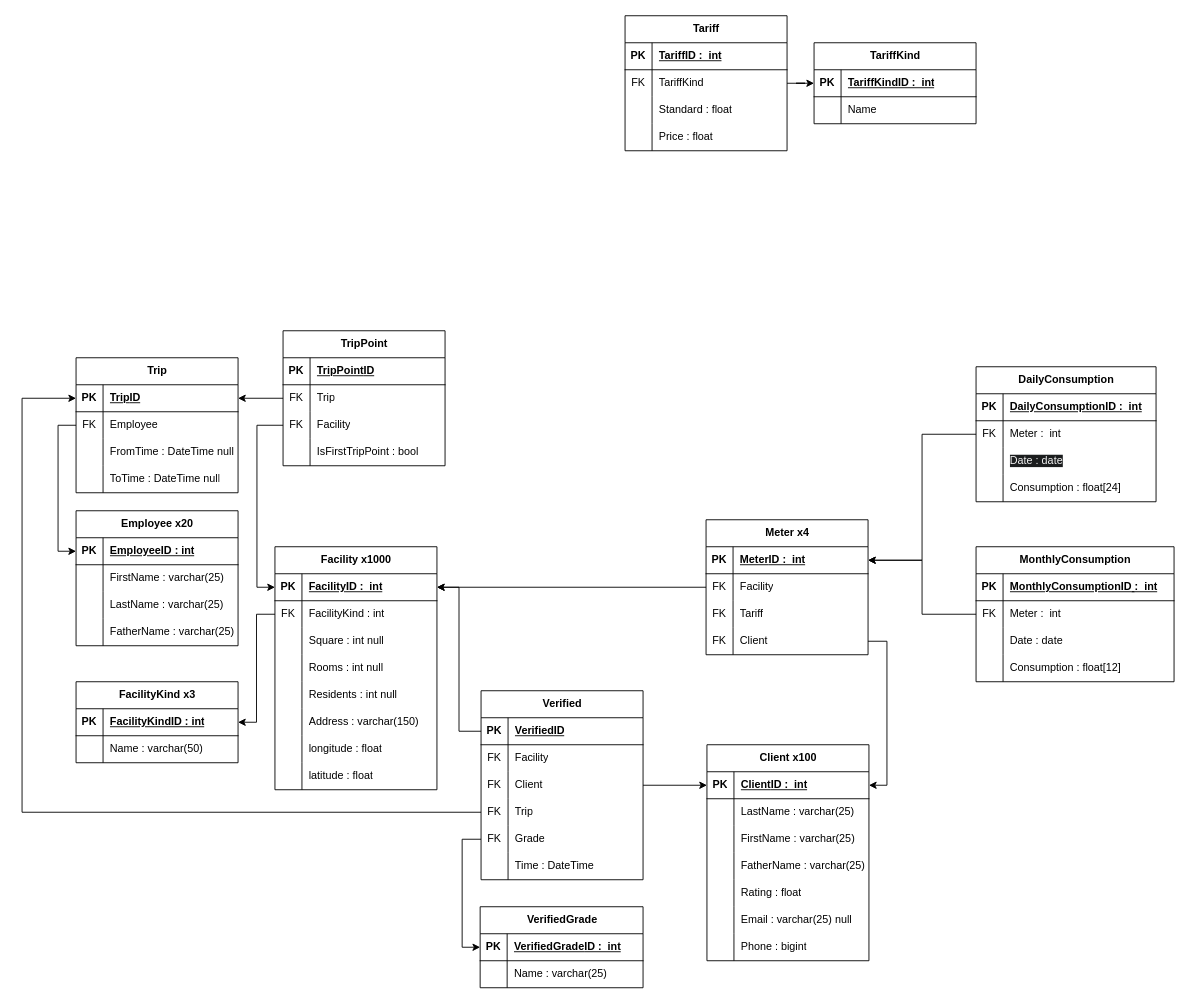
Earlier version of the draw.io diagram src/db/diagrams/FairWatt.drawio (DrSa1fer/FairWatt). Source tidied: cells renumbered, new cells numbered last; positions are measured from the earlier drawing's top-left corner, leaving out a move shared by most shapes. Both pictures are drawn from the tidied source at 90%, with x=0, y=0 at pixel (22, 15).
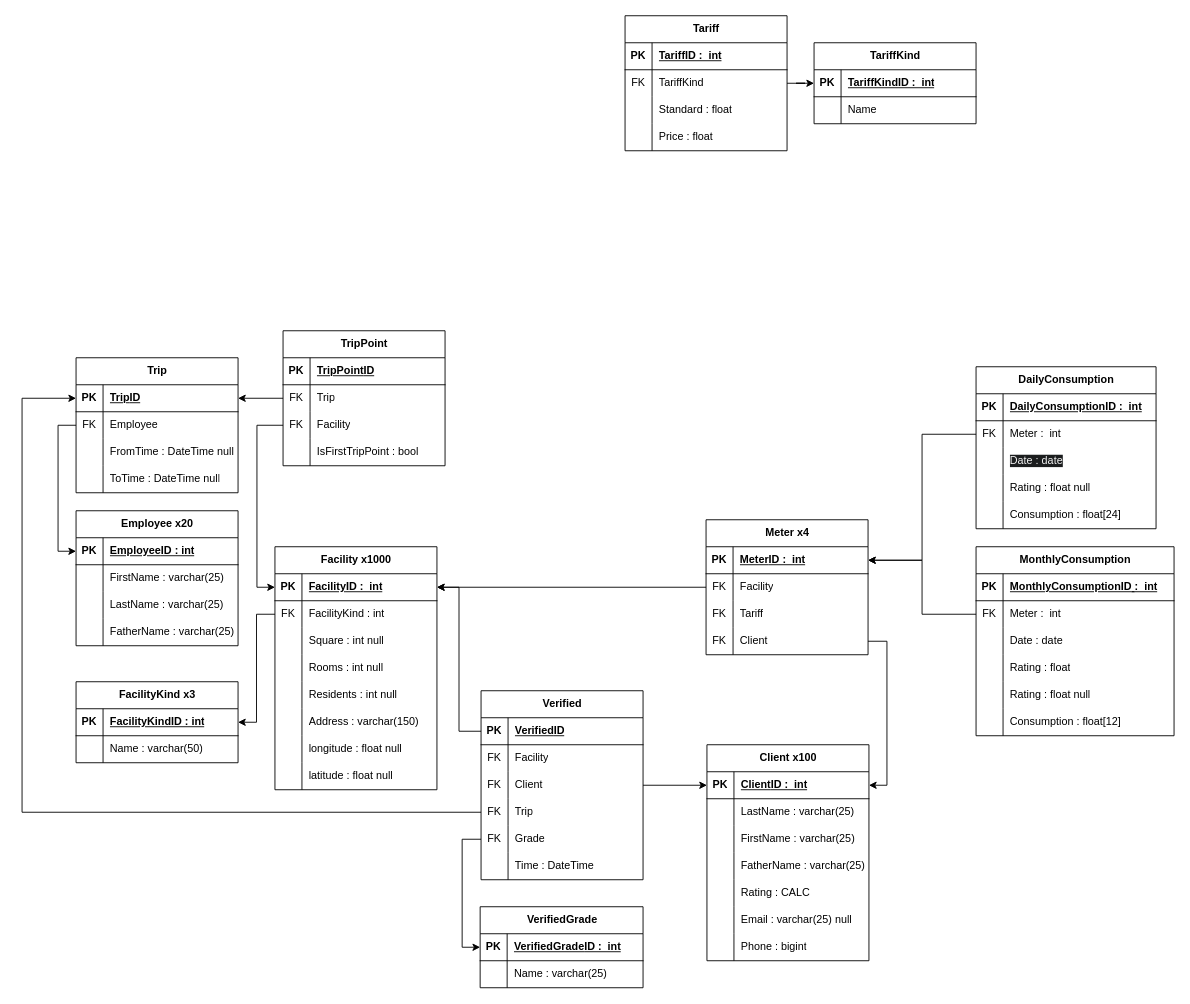
After the change.

The change refers to these unchanged cells:
```xml
<mxCell id="21" style="shape=tableRow;horizontal=0;startSize=0;swimlaneHead=0;swimlaneBody=0;fillColor=none;top=0;left=0;right=0;bottom=0;" parent="2" vertex="1">
  <mxGeometry y="210" width="180" height="30" as="geometry" />
</mxCell>
<mxCell id="24" style="shape=tableRow;horizontal=0;startSize=0;swimlaneHead=0;swimlaneBody=0;fillColor=none;top=0;left=0;right=0;bottom=0;" parent="2" vertex="1">
  <mxGeometry y="240" width="180" height="30" as="geometry" />
</mxCell>
<mxCell id="40" style="shape=tableRow;horizontal=0;startSize=0;swimlaneHead=0;swimlaneBody=0;fillColor=none;top=0;left=0;right=0;bottom=0;" parent="27" vertex="1">
  <mxGeometry y="150" width="180" height="30" as="geometry" />
</mxCell>
```

Diff of the diagram source:
```diff
@@
-    <mxCell id="23" value="longitude : float" style="shape=partialRectangle;fillColor=none;top=0;left=0;bottom=0;right=0;align=left;spacingLeft=6;overflow=hidden;whiteSpace=wrap;html=1;" parent="21" vertex="1">
+    <mxCell id="23" value="longitude : float null" style="shape=partialRectangle;fillColor=none;top=0;left=0;bottom=0;right=0;align=left;spacingLeft=6;overflow=hidden;whiteSpace=wrap;html=1;" parent="21" vertex="1">
       <mxGeometry x="30" width="150" height="30" as="geometry" />
     </mxCell>
@@
-    <mxCell id="26" value="latitude : float" style="shape=partialRectangle;fillColor=none;top=0;left=0;bottom=0;right=0;align=left;spacingLeft=6;overflow=hidden;whiteSpace=wrap;html=1;" parent="24" vertex="1">
+    <mxCell id="26" value="latitude : float null" style="shape=partialRectangle;fillColor=none;top=0;left=0;bottom=0;right=0;align=left;spacingLeft=6;overflow=hidden;whiteSpace=wrap;html=1;" parent="24" vertex="1">
       <mxGeometry x="30" width="150" height="30" as="geometry" />
     </mxCell>
@@
-    <mxCell id="42" value="Rating : float" style="shape=partialRectangle;fillColor=none;top=0;left=0;bottom=0;right=0;align=left;spacingLeft=6;overflow=hidden;whiteSpace=wrap;html=1;" parent="40" vertex="1">
+    <mxCell id="42" value="Rating : CALC" style="shape=partialRectangle;fillColor=none;top=0;left=0;bottom=0;right=0;align=left;spacingLeft=6;overflow=hidden;whiteSpace=wrap;html=1;" parent="40" vertex="1">
       <mxGeometry x="30" width="150" height="30" as="geometry" />
     </mxCell>
@@
     <mxCell id="151" value="DailyConsumption" style="shape=table;startSize=30;childLayout=tableLayout;rowLines=0;fontStyle=1;align=center;html=1;" parent="1" vertex="1">
-      <mxGeometry x="1060" y="390" width="200" height="150" as="geometry" />
+      <mxGeometry x="1060" y="390" width="200" height="180" as="geometry" />
     </mxCell>
@@
+    <mxCell id="193" style="shape=tableRow;horizontal=0;startSize=0;swimlaneHead=0;swimlaneBody=0;fillColor=none;top=0;left=0;right=0;bottom=0;" parent="151" vertex="1">
+      <mxGeometry y="120" width="200" height="30" as="geometry" />
+    </mxCell>
+    <mxCell id="194" style="shape=partialRectangle;fillColor=none;top=0;left=0;bottom=0;right=0;overflow=hidden;whiteSpace=wrap;html=1;" parent="193" vertex="1">
+      <mxGeometry width="30" height="30" as="geometry" />
+    </mxCell>
+    <mxCell id="195" value="Rating : float null" style="shape=partialRectangle;fillColor=none;top=0;left=0;bottom=0;right=0;align=left;spacingLeft=6;overflow=hidden;whiteSpace=wrap;html=1;" parent="193" vertex="1">
+      <mxGeometry x="30" width="170" height="30" as="geometry" />
+    </mxCell>
     <mxCell id="161" style="shape=tableRow;horizontal=0;startSize=0;swimlaneHead=0;swimlaneBody=0;fillColor=none;top=0;left=0;right=0;bottom=0;" parent="151" vertex="1">
-      <mxGeometry y="120" width="200" height="30" as="geometry" />
+      <mxGeometry y="150" width="200" height="30" as="geometry" />
     </mxCell>
@@
     <mxCell id="165" value="MonthlyConsumption" style="shape=table;startSize=30;childLayout=tableLayout;rowLines=0;fontStyle=1;align=center;html=1;" parent="1" vertex="1">
-      <mxGeometry x="1060" y="590" width="220" height="150" as="geometry" />
+      <mxGeometry x="1060" y="590" width="220" height="210" as="geometry" />
     </mxCell>
@@
+    <mxCell id="196" style="shape=tableRow;horizontal=0;startSize=0;swimlaneHead=0;swimlaneBody=0;fillColor=none;top=0;left=0;right=0;bottom=0;" parent="165" vertex="1">
+      <mxGeometry y="120" width="220" height="30" as="geometry" />
+    </mxCell>
+    <mxCell id="197" style="shape=partialRectangle;fillColor=none;top=0;left=0;bottom=0;right=0;overflow=hidden;whiteSpace=wrap;html=1;" parent="196" vertex="1">
+      <mxGeometry width="30" height="30" as="geometry" />
+    </mxCell>
+    <mxCell id="198" value="Rating : float" style="shape=partialRectangle;fillColor=none;top=0;left=0;bottom=0;right=0;align=left;spacingLeft=6;overflow=hidden;whiteSpace=wrap;html=1;" parent="196" vertex="1">
+      <mxGeometry x="30" width="190" height="30" as="geometry" />
+    </mxCell>
+    <mxCell id="199" style="shape=tableRow;horizontal=0;startSize=0;swimlaneHead=0;swimlaneBody=0;fillColor=none;top=0;left=0;right=0;bottom=0;" parent="165" vertex="1">
+      <mxGeometry y="150" width="220" height="30" as="geometry" />
+    </mxCell>
+    <mxCell id="200" style="shape=partialRectangle;fillColor=none;top=0;left=0;bottom=0;right=0;overflow=hidden;whiteSpace=wrap;html=1;" parent="199" vertex="1">
+      <mxGeometry width="30" height="30" as="geometry" />
+    </mxCell>
+    <mxCell id="201" value="Rating : float null" style="shape=partialRectangle;fillColor=none;top=0;left=0;bottom=0;right=0;align=left;spacingLeft=6;overflow=hidden;whiteSpace=wrap;html=1;" parent="199" vertex="1">
+      <mxGeometry x="30" width="190" height="30" as="geometry" />
+    </mxCell>
     <mxCell id="175" style="shape=tableRow;horizontal=0;startSize=0;swimlaneHead=0;swimlaneBody=0;fillColor=none;top=0;left=0;right=0;bottom=0;" parent="165" vertex="1">
-      <mxGeometry y="120" width="220" height="30" as="geometry" />
+      <mxGeometry y="180" width="220" height="30" as="geometry" />
     </mxCell>
```
